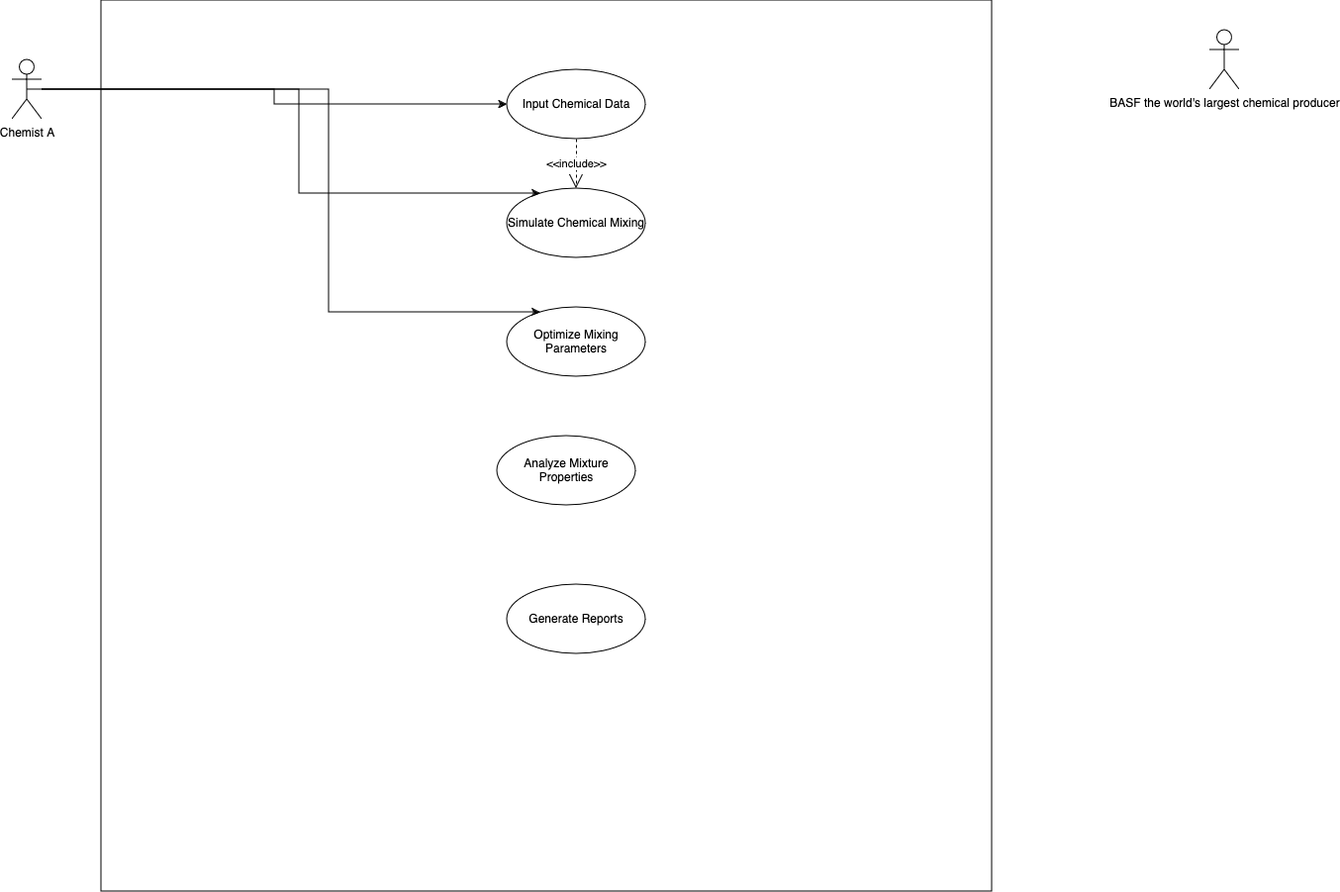
Above: use-case.png in a-l-a-z-a-r/Chemical-Mixing-Data-Synthesis (draw.io), before the change. Source tidied: cells renumbered, new cells last; positions are measured from the earlier drawing's top-left corner, leaving out a move shared by most shapes.
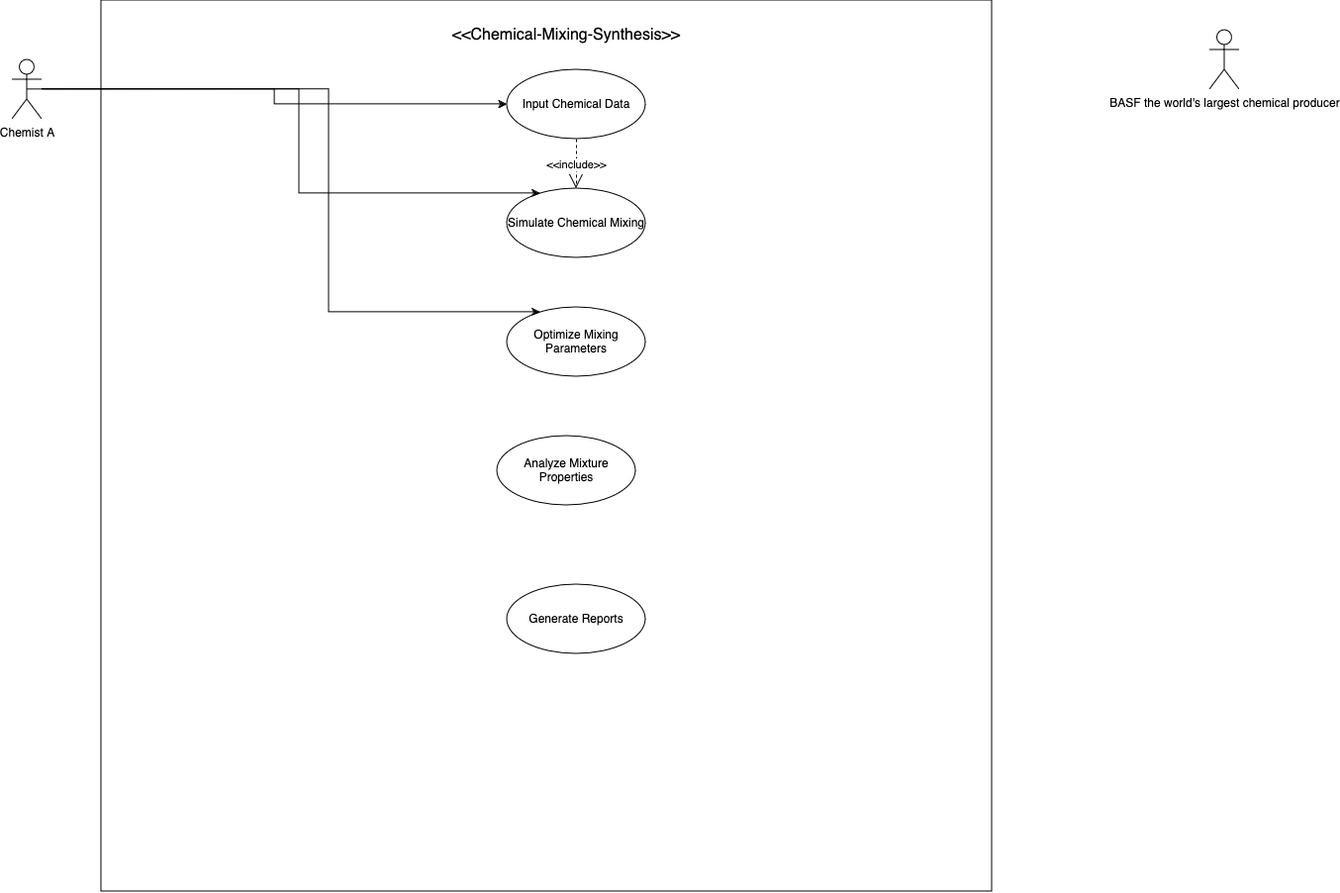
The same diagram one commit later.

The edit, as a diff of the source:
```diff
@@ -48,5 +48,8 @@
     <mxCell id="13" value="Generate Reports" style="ellipse;whiteSpace=wrap;html=1;" parent="1" vertex="1">
       <mxGeometry x="500" y="590" width="140" height="70" as="geometry" />
     </mxCell>
+    <mxCell id="14" value="&amp;lt;&amp;lt;Chemical-Mixing-Synthesis&amp;gt;&amp;gt;" style="text;strokeColor=none;fillColor=none;html=1;align=center;verticalAlign=middle;whiteSpace=wrap;rounded=0;fontSize=16;" parent="1" vertex="1">
+      <mxGeometry x="415" y="20" width="290" height="30" as="geometry" />
+    </mxCell>
   </root>
 </mxGraphModel>
```
